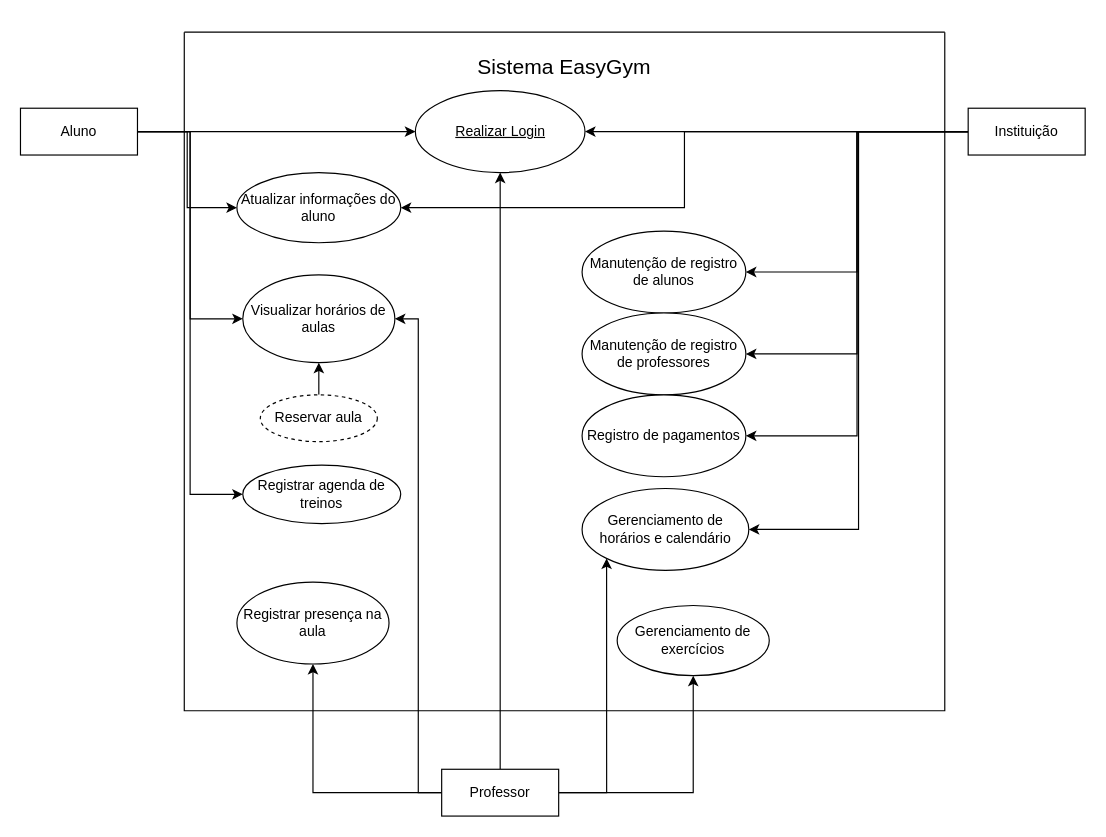
The draw.io diagram Diagrama sem nome.drawio in joanex01/ProjetoMPS, before the edit. Source tidied: cells renumbered, new cells numbered last; positions are measured from the earlier drawing's top-left corner, leaving out a move shared by most shapes. Both pictures are drawn from the tidied source at 117%, with x=0, y=0 at pixel (20, 20).
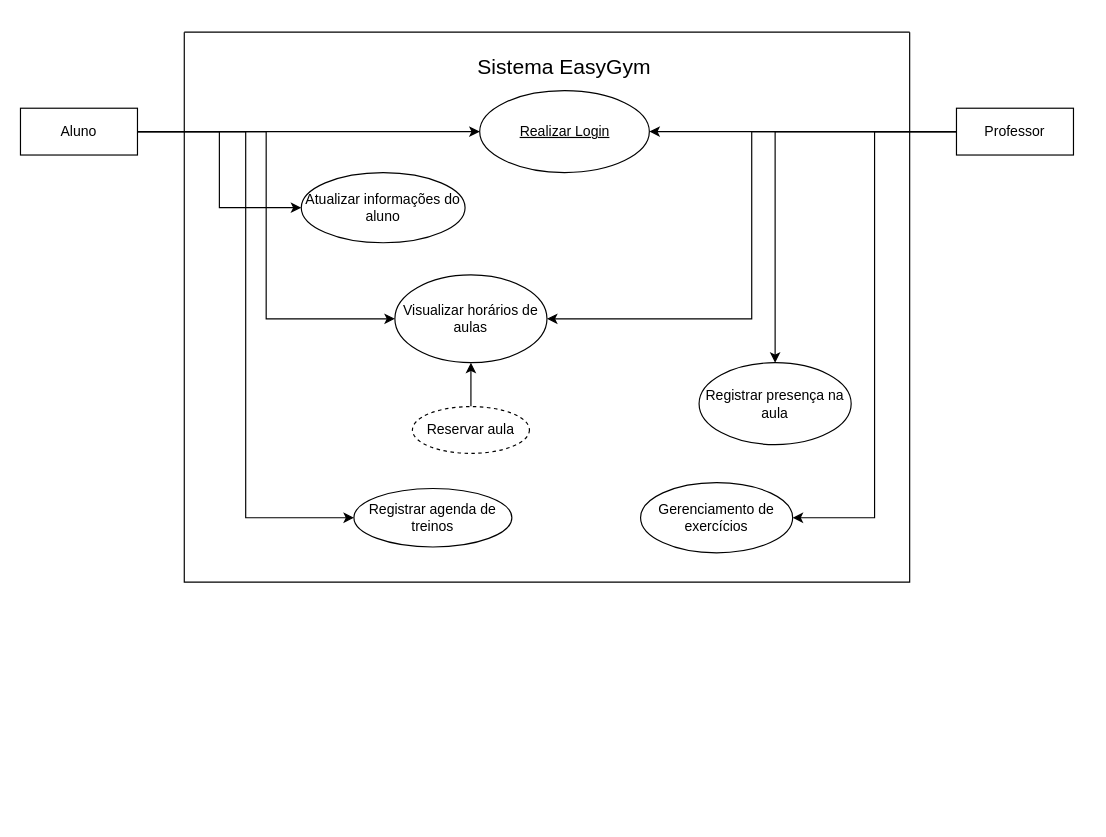
The same page after the edit.

Commit message:
Atualizar Diagrama de Casos de Uso.drawio

Change to the diagram source:
```diff
@@
     <mxCell id="2" style="swimlane;startSize=0;" parent="1" vertex="1">
-      <mxGeometry x="140" y="10" width="650" height="580" as="geometry" />
+      <mxGeometry x="140" y="10" width="620" height="470" as="geometry" />
     </mxCell>
@@
     <mxCell id="4" value="Realizar Login" style="ellipse;whiteSpace=wrap;html=1;align=center;fontStyle=4;" parent="2" vertex="1">
-      <mxGeometry x="197.5" y="50" width="145" height="70" as="geometry" />
+      <mxGeometry x="252.5" y="50" width="145" height="70" as="geometry" />
     </mxCell>
-    <mxCell id="5" value="Manutenção de registro de alunos" style="ellipse;whiteSpace=wrap;html=1;align=center;" parent="2" vertex="1">
-      <mxGeometry x="340" y="170" width="140" height="70" as="geometry" />
-    </mxCell>
-    <mxCell id="6" value="Manutenção de registro de professores" style="ellipse;whiteSpace=wrap;html=1;align=center;" parent="2" vertex="1">
-      <mxGeometry x="340" y="240" width="140" height="70" as="geometry" />
-    </mxCell>
-    <mxCell id="7" value="Registro de pagamentos" style="ellipse;whiteSpace=wrap;html=1;align=center;" parent="2" vertex="1">
-      <mxGeometry x="340" y="310" width="140" height="70" as="geometry" />
-    </mxCell>
-    <mxCell id="8" value="Gerenciamento de horários e calendário" style="ellipse;whiteSpace=wrap;html=1;align=center;" parent="2" vertex="1">
-      <mxGeometry x="340" y="390" width="142.5" height="70" as="geometry" />
-    </mxCell>
     <mxCell id="9" value="Atualizar informações do aluno" style="ellipse;whiteSpace=wrap;html=1;align=center;" parent="2" vertex="1">
-      <mxGeometry x="45" y="120" width="140" height="60" as="geometry" />
+      <mxGeometry x="100" y="120" width="140" height="60" as="geometry" />
     </mxCell>
     <mxCell id="10" value="Visualizar horários de aulas" style="ellipse;whiteSpace=wrap;html=1;align=center;" parent="2" vertex="1">
-      <mxGeometry x="50" y="207.5" width="130" height="75" as="geometry" />
+      <mxGeometry x="180" y="207.5" width="130" height="75" as="geometry" />
     </mxCell>
@@
     <mxCell id="12" value="Reservar aula" style="ellipse;whiteSpace=wrap;html=1;align=center;dashed=1;" parent="2" vertex="1">
-      <mxGeometry x="65" y="310" width="100" height="40" as="geometry" />
+      <mxGeometry x="195" y="320" width="100" height="40" as="geometry" />
     </mxCell>
     <mxCell id="13" value="Registrar presença na aula" style="ellipse;whiteSpace=wrap;html=1;align=center;" parent="2" vertex="1">
-      <mxGeometry x="45" y="470" width="130" height="70" as="geometry" />
+      <mxGeometry x="440" y="282.5" width="130" height="70" as="geometry" />
     </mxCell>
     <mxCell id="14" value="Registrar agenda de treinos" style="ellipse;whiteSpace=wrap;html=1;align=center;" parent="2" vertex="1">
-      <mxGeometry x="50" y="370" width="135" height="50" as="geometry" />
+      <mxGeometry x="145" y="390" width="135" height="50" as="geometry" />
     </mxCell>
     <mxCell id="15" value="Gerenciamento de exercícios" style="ellipse;whiteSpace=wrap;html=1;align=center;" parent="2" vertex="1">
-      <mxGeometry x="370" y="490" width="130" height="60" as="geometry" />
+      <mxGeometry x="390" y="385" width="130" height="60" as="geometry" />
     </mxCell>
@@
-    <mxCell id="21" style="edgeStyle=orthogonalEdgeStyle;rounded=0;jettySize=auto;html=1;entryX=1;entryY=0.5;entryDx=0;entryDy=0;" parent="1" edge="1" source="27" target="4">
-      <mxGeometry relative="1" as="geometry" />
-    </mxCell>
-    <mxCell id="22" style="edgeStyle=orthogonalEdgeStyle;rounded=0;jettySize=auto;html=1;exitX=0;exitY=0.5;exitDx=0;exitDy=0;entryX=1;entryY=0.5;entryDx=0;entryDy=0;" parent="1" edge="1" source="27" target="5">
-      <mxGeometry relative="1" as="geometry" />
-    </mxCell>
-    <mxCell id="23" style="edgeStyle=orthogonalEdgeStyle;rounded=0;jettySize=auto;html=1;entryX=1;entryY=0.5;entryDx=0;entryDy=0;" parent="1" edge="1" source="27" target="6">
-      <mxGeometry relative="1" as="geometry" />
-    </mxCell>
-    <mxCell id="24" style="edgeStyle=orthogonalEdgeStyle;rounded=0;jettySize=auto;html=1;entryX=1;entryY=0.5;entryDx=0;entryDy=0;" parent="1" edge="1" source="27" target="7">
-      <mxGeometry relative="1" as="geometry" />
-    </mxCell>
-    <mxCell id="25" style="edgeStyle=orthogonalEdgeStyle;rounded=0;jettySize=auto;html=1;entryX=1;entryY=0.5;entryDx=0;entryDy=0;" parent="1" edge="1" source="27" target="8">
-      <mxGeometry relative="1" as="geometry" />
-    </mxCell>
-    <mxCell id="26" style="edgeStyle=orthogonalEdgeStyle;rounded=0;jettySize=auto;html=1;entryX=1;entryY=0.5;entryDx=0;entryDy=0;" parent="1" edge="1" source="27" target="9">
-      <mxGeometry relative="1" as="geometry" />
-    </mxCell>
-    <mxCell id="27" value="Instituição" style="whiteSpace=wrap;html=1;align=center;" parent="1" vertex="1">
-      <mxGeometry x="810" y="75" width="100" height="40" as="geometry" />
-    </mxCell>
-    <mxCell id="28" style="edgeStyle=orthogonalEdgeStyle;rounded=0;jettySize=auto;html=1;entryX=0.5;entryY=1;entryDx=0;entryDy=0;" parent="1" edge="1" source="33" target="4">
-      <mxGeometry relative="1" as="geometry" />
-    </mxCell>
@@
+    <mxCell id="28" style="edgeStyle=orthogonalEdgeStyle;rounded=0;jettySize=auto;html=1;" parent="1" edge="1" source="33" target="4">
+      <mxGeometry relative="1" as="geometry" />
+    </mxCell>
-    <mxCell id="31" style="edgeStyle=orthogonalEdgeStyle;rounded=0;jettySize=auto;html=1;entryX=0.5;entryY=1;entryDx=0;entryDy=0;" parent="1" edge="1" source="33" target="15">
+    <mxCell id="31" style="edgeStyle=orthogonalEdgeStyle;rounded=0;jettySize=auto;html=1;entryX=1;entryY=0.5;entryDx=0;entryDy=0;" parent="1" edge="1" source="33" target="15">
       <mxGeometry relative="1" as="geometry" />
     </mxCell>
-    <mxCell id="32" style="edgeStyle=orthogonalEdgeStyle;rounded=0;jettySize=auto;html=1;entryX=0;entryY=1;entryDx=0;entryDy=0;" parent="1" edge="1" source="33" target="8">
-      <mxGeometry relative="1" as="geometry" />
-    </mxCell>
     <mxCell id="33" value="Professor" style="whiteSpace=wrap;html=1;align=center;" parent="1" vertex="1">
-      <mxGeometry x="360" y="640" width="100" height="40" as="geometry" />
+      <mxGeometry x="800" y="75" width="100" height="40" as="geometry" />
     </mxCell>
```
